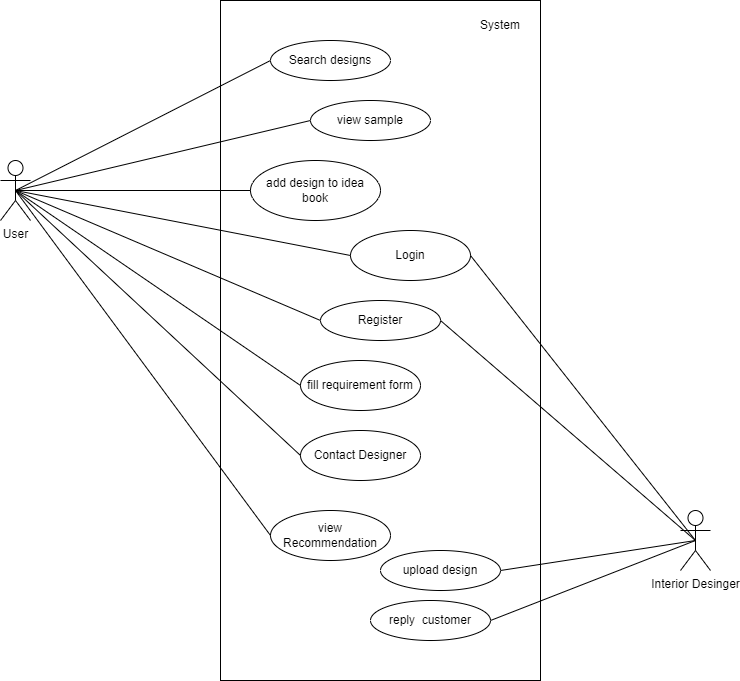
Before: Use Case Diagram.drawio.png, a diagram exported from draw.io (Tayyba-Dev/Interior-Recommendation). Source tidied: cells renumbered, new cells last; positions are measured from the earlier drawing's top-left corner, leaving out a move shared by most shapes. The source it was exported from:
```xml
<mxGraphModel>
  <root>
    <mxCell id="0" />
    <mxCell id="1" parent="0" />
    <mxCell id="2" style="rounded=0;whiteSpace=wrap;html=1;" parent="1" vertex="1">
      <mxGeometry x="220" width="320" height="680" as="geometry" />
    </mxCell>
    <mxCell id="3" value="Interior Desinger" style="shape=umlActor;verticalLabelPosition=bottom;verticalAlign=top;html=1;outlineConnect=0;" parent="1" vertex="1">
      <mxGeometry x="680" y="510" width="30" height="60" as="geometry" />
    </mxCell>
    <mxCell id="4" value="User" style="shape=umlActor;verticalLabelPosition=bottom;verticalAlign=top;html=1;outlineConnect=0;" parent="1" vertex="1">
      <mxGeometry y="160" width="30" height="60" as="geometry" />
    </mxCell>
    <mxCell id="5" value="Login" style="ellipse;whiteSpace=wrap;html=1;" parent="1" vertex="1">
      <mxGeometry x="350" y="230" width="120" height="50" as="geometry" />
    </mxCell>
    <mxCell id="6" value="Register" style="ellipse;whiteSpace=wrap;html=1;" parent="1" vertex="1">
      <mxGeometry x="320" y="300" width="120" height="40" as="geometry" />
    </mxCell>
    <mxCell id="7" value="add design to idea book" style="ellipse;whiteSpace=wrap;html=1;spacing=4;" parent="1" vertex="1">
      <mxGeometry x="250" y="160" width="130" height="60" as="geometry" />
    </mxCell>
    <mxCell id="8" value="view sample" style="ellipse;whiteSpace=wrap;html=1;" parent="1" vertex="1">
      <mxGeometry x="310" y="100" width="120" height="40" as="geometry" />
    </mxCell>
    <mxCell id="9" value="Search designs" style="ellipse;whiteSpace=wrap;html=1;" parent="1" vertex="1">
      <mxGeometry x="270" y="40" width="120" height="40" as="geometry" />
    </mxCell>
    <mxCell id="10" value="reply&amp;nbsp; customer" style="ellipse;whiteSpace=wrap;html=1;" parent="1" vertex="1">
      <mxGeometry x="370" y="600" width="120" height="40" as="geometry" />
    </mxCell>
    <mxCell id="11" value="upload design" style="ellipse;whiteSpace=wrap;html=1;" parent="1" vertex="1">
      <mxGeometry x="380" y="550" width="120" height="40" as="geometry" />
    </mxCell>
    <mxCell id="12" value="Contact Designer" style="ellipse;whiteSpace=wrap;html=1;" parent="1" vertex="1">
      <mxGeometry x="300" y="430" width="120" height="50" as="geometry" />
    </mxCell>
    <mxCell id="13" value="view Recommendation" style="ellipse;whiteSpace=wrap;html=1;" parent="1" vertex="1">
      <mxGeometry x="270" y="510" width="120" height="50" as="geometry" />
    </mxCell>
    <mxCell id="14" value="fill requirement form" style="ellipse;whiteSpace=wrap;html=1;" parent="1" vertex="1">
      <mxGeometry x="300" y="360" width="120" height="50" as="geometry" />
    </mxCell>
    <mxCell id="15" style="endArrow=none;html=1;rounded=0;exitX=0.5;exitY=0.5;exitDx=0;exitDy=0;exitPerimeter=0;" parent="1" edge="1" source="4">
      <mxGeometry relative="1" as="geometry">
        <mxPoint x="270" y="60" as="targetPoint" />
      </mxGeometry>
    </mxCell>
    <mxCell id="16" style="endArrow=none;html=1;rounded=0;exitX=0.5;exitY=0.5;exitDx=0;exitDy=0;exitPerimeter=0;" parent="1" edge="1" source="4">
      <mxGeometry relative="1" as="geometry">
        <mxPoint x="310" y="120" as="targetPoint" />
      </mxGeometry>
    </mxCell>
    <mxCell id="17" style="endArrow=none;html=1;rounded=0;exitX=0.5;exitY=0.5;exitDx=0;exitDy=0;exitPerimeter=0;" parent="1" edge="1" source="4">
      <mxGeometry relative="1" as="geometry">
        <mxPoint x="250" y="190" as="targetPoint" />
      </mxGeometry>
    </mxCell>
    <mxCell id="18" style="endArrow=none;html=1;rounded=0;exitX=0.5;exitY=0.5;exitDx=0;exitDy=0;exitPerimeter=0;entryX=0;entryY=0.5;entryDx=0;entryDy=0;" parent="1" edge="1" source="4" target="5">
      <mxGeometry relative="1" as="geometry" />
    </mxCell>
    <mxCell id="19" style="endArrow=none;html=1;rounded=0;entryX=0;entryY=0.5;entryDx=0;entryDy=0;exitX=0.5;exitY=0.5;exitDx=0;exitDy=0;exitPerimeter=0;" parent="1" edge="1" source="4" target="6">
      <mxGeometry relative="1" as="geometry" />
    </mxCell>
    <mxCell id="20" style="endArrow=none;html=1;rounded=0;entryX=0;entryY=0.5;entryDx=0;entryDy=0;exitX=0.5;exitY=0.5;exitDx=0;exitDy=0;exitPerimeter=0;" parent="1" edge="1" source="4" target="14">
      <mxGeometry relative="1" as="geometry" />
    </mxCell>
    <mxCell id="21" style="endArrow=none;html=1;rounded=0;entryX=0;entryY=0.5;entryDx=0;entryDy=0;exitX=0.5;exitY=0.5;exitDx=0;exitDy=0;exitPerimeter=0;" parent="1" edge="1" source="4" target="12">
      <mxGeometry relative="1" as="geometry" />
    </mxCell>
    <mxCell id="22" style="endArrow=none;html=1;rounded=0;entryX=0;entryY=0.5;entryDx=0;entryDy=0;exitX=0.5;exitY=0.5;exitDx=0;exitDy=0;exitPerimeter=0;" parent="1" edge="1" source="4" target="13">
      <mxGeometry relative="1" as="geometry" />
    </mxCell>
    <mxCell id="23" style="endArrow=none;html=1;rounded=0;entryX=0.5;entryY=0.5;entryDx=0;entryDy=0;entryPerimeter=0;exitX=1;exitY=0.5;exitDx=0;exitDy=0;" parent="1" edge="1" source="5" target="3">
      <mxGeometry relative="1" as="geometry" />
    </mxCell>
    <mxCell id="24" style="endArrow=none;html=1;rounded=0;entryX=0.5;entryY=0.5;entryDx=0;entryDy=0;entryPerimeter=0;exitX=1;exitY=0.5;exitDx=0;exitDy=0;" parent="1" edge="1" source="6" target="3">
      <mxGeometry relative="1" as="geometry" />
    </mxCell>
    <mxCell id="25" style="endArrow=none;html=1;rounded=0;exitX=1;exitY=0.5;exitDx=0;exitDy=0;entryX=0.5;entryY=0.5;entryDx=0;entryDy=0;entryPerimeter=0;" parent="1" edge="1" source="11" target="3">
      <mxGeometry relative="1" as="geometry" />
    </mxCell>
    <mxCell id="26" style="endArrow=none;html=1;rounded=0;entryX=0.5;entryY=0.5;entryDx=0;entryDy=0;entryPerimeter=0;exitX=1;exitY=0.5;exitDx=0;exitDy=0;" parent="1" edge="1" source="10" target="3">
      <mxGeometry relative="1" as="geometry" />
    </mxCell>
    <mxCell id="27" value="System" style="text;html=1;strokeColor=none;fillColor=none;align=center;verticalAlign=middle;whiteSpace=wrap;rounded=0;" parent="1" vertex="1">
      <mxGeometry x="470" y="10" width="60" height="30" as="geometry" />
    </mxCell>
  </root>
</mxGraphModel>
```
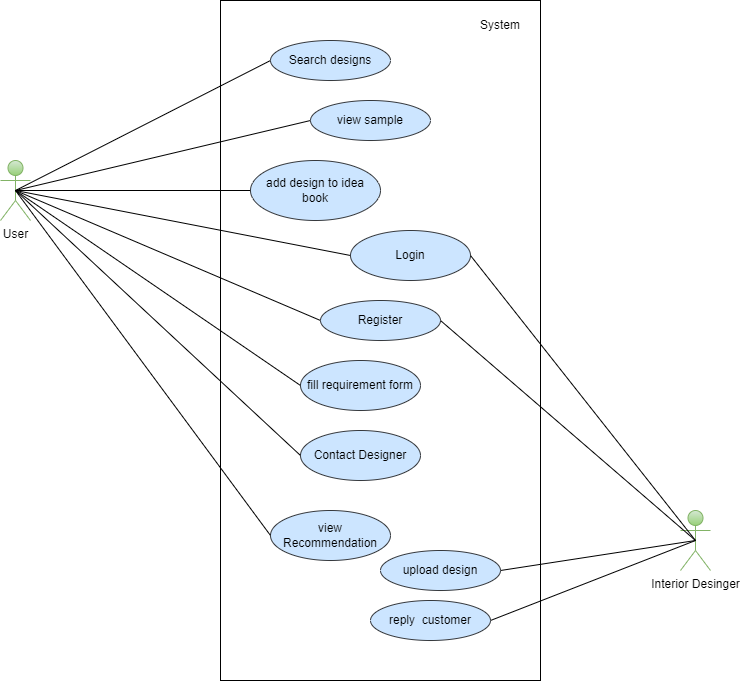
Above is the later version.

Diff of the diagram source:
```diff
@@ -5,40 +5,40 @@
     <mxCell id="2" style="rounded=0;whiteSpace=wrap;html=1;" parent="1" vertex="1">
       <mxGeometry x="220" width="320" height="680" as="geometry" />
     </mxCell>
-    <mxCell id="3" value="Interior Desinger" style="shape=umlActor;verticalLabelPosition=bottom;verticalAlign=top;html=1;outlineConnect=0;" parent="1" vertex="1">
+    <mxCell id="3" value="Interior Desinger" style="shape=umlActor;verticalLabelPosition=bottom;verticalAlign=top;html=1;outlineConnect=0;fillColor=#d5e8d4;gradientColor=#97d077;strokeColor=#82b366;" parent="1" vertex="1">
       <mxGeometry x="680" y="510" width="30" height="60" as="geometry" />
     </mxCell>
-    <mxCell id="4" value="User" style="shape=umlActor;verticalLabelPosition=bottom;verticalAlign=top;html=1;outlineConnect=0;" parent="1" vertex="1">
+    <mxCell id="4" value="User" style="shape=umlActor;verticalLabelPosition=bottom;verticalAlign=top;html=1;outlineConnect=0;fillColor=#d5e8d4;strokeColor=#82b366;gradientColor=#97d077;" parent="1" vertex="1">
       <mxGeometry y="160" width="30" height="60" as="geometry" />
     </mxCell>
-    <mxCell id="5" value="Login" style="ellipse;whiteSpace=wrap;html=1;" parent="1" vertex="1">
+    <mxCell id="5" value="Login" style="ellipse;whiteSpace=wrap;html=1;fillColor=#cce5ff;strokeColor=#36393d;" parent="1" vertex="1">
       <mxGeometry x="350" y="230" width="120" height="50" as="geometry" />
     </mxCell>
-    <mxCell id="6" value="Register" style="ellipse;whiteSpace=wrap;html=1;" parent="1" vertex="1">
+    <mxCell id="6" value="Register" style="ellipse;whiteSpace=wrap;html=1;fillColor=#cce5ff;strokeColor=#36393d;" parent="1" vertex="1">
       <mxGeometry x="320" y="300" width="120" height="40" as="geometry" />
     </mxCell>
-    <mxCell id="7" value="add design to idea book" style="ellipse;whiteSpace=wrap;html=1;spacing=4;" parent="1" vertex="1">
+    <mxCell id="7" value="add design to idea book" style="ellipse;whiteSpace=wrap;html=1;spacing=4;fillColor=#cce5ff;strokeColor=#36393d;" parent="1" vertex="1">
       <mxGeometry x="250" y="160" width="130" height="60" as="geometry" />
     </mxCell>
-    <mxCell id="8" value="view sample" style="ellipse;whiteSpace=wrap;html=1;" parent="1" vertex="1">
+    <mxCell id="8" value="view sample" style="ellipse;whiteSpace=wrap;html=1;fillColor=#cce5ff;strokeColor=#36393d;" parent="1" vertex="1">
       <mxGeometry x="310" y="100" width="120" height="40" as="geometry" />
     </mxCell>
-    <mxCell id="9" value="Search designs" style="ellipse;whiteSpace=wrap;html=1;" parent="1" vertex="1">
+    <mxCell id="9" value="Search designs" style="ellipse;whiteSpace=wrap;html=1;fillColor=#cce5ff;strokeColor=#36393d;" parent="1" vertex="1">
       <mxGeometry x="270" y="40" width="120" height="40" as="geometry" />
     </mxCell>
-    <mxCell id="10" value="reply&amp;nbsp; customer" style="ellipse;whiteSpace=wrap;html=1;" parent="1" vertex="1">
+    <mxCell id="10" value="reply&amp;nbsp; customer" style="ellipse;whiteSpace=wrap;html=1;fillColor=#cce5ff;strokeColor=#36393d;" parent="1" vertex="1">
       <mxGeometry x="370" y="600" width="120" height="40" as="geometry" />
     </mxCell>
-    <mxCell id="11" value="upload design" style="ellipse;whiteSpace=wrap;html=1;" parent="1" vertex="1">
+    <mxCell id="11" value="upload design" style="ellipse;whiteSpace=wrap;html=1;fillColor=#cce5ff;strokeColor=#36393d;" parent="1" vertex="1">
       <mxGeometry x="380" y="550" width="120" height="40" as="geometry" />
     </mxCell>
-    <mxCell id="12" value="Contact Designer" style="ellipse;whiteSpace=wrap;html=1;" parent="1" vertex="1">
+    <mxCell id="12" value="Contact Designer" style="ellipse;whiteSpace=wrap;html=1;fillColor=#cce5ff;strokeColor=#36393d;" parent="1" vertex="1">
       <mxGeometry x="300" y="430" width="120" height="50" as="geometry" />
     </mxCell>
-    <mxCell id="13" value="view Recommendation" style="ellipse;whiteSpace=wrap;html=1;" parent="1" vertex="1">
+    <mxCell id="13" value="view Recommendation" style="ellipse;whiteSpace=wrap;html=1;fillColor=#cce5ff;strokeColor=#36393d;" parent="1" vertex="1">
       <mxGeometry x="270" y="510" width="120" height="50" as="geometry" />
     </mxCell>
-    <mxCell id="14" value="fill requirement form" style="ellipse;whiteSpace=wrap;html=1;" parent="1" vertex="1">
+    <mxCell id="14" value="fill requirement form" style="ellipse;whiteSpace=wrap;html=1;fillColor=#cce5ff;strokeColor=#36393d;" parent="1" vertex="1">
       <mxGeometry x="300" y="360" width="120" height="50" as="geometry" />
     </mxCell>
     <mxCell id="15" style="endArrow=none;html=1;rounded=0;exitX=0.5;exitY=0.5;exitDx=0;exitDy=0;exitPerimeter=0;" parent="1" edge="1" source="4">
```
